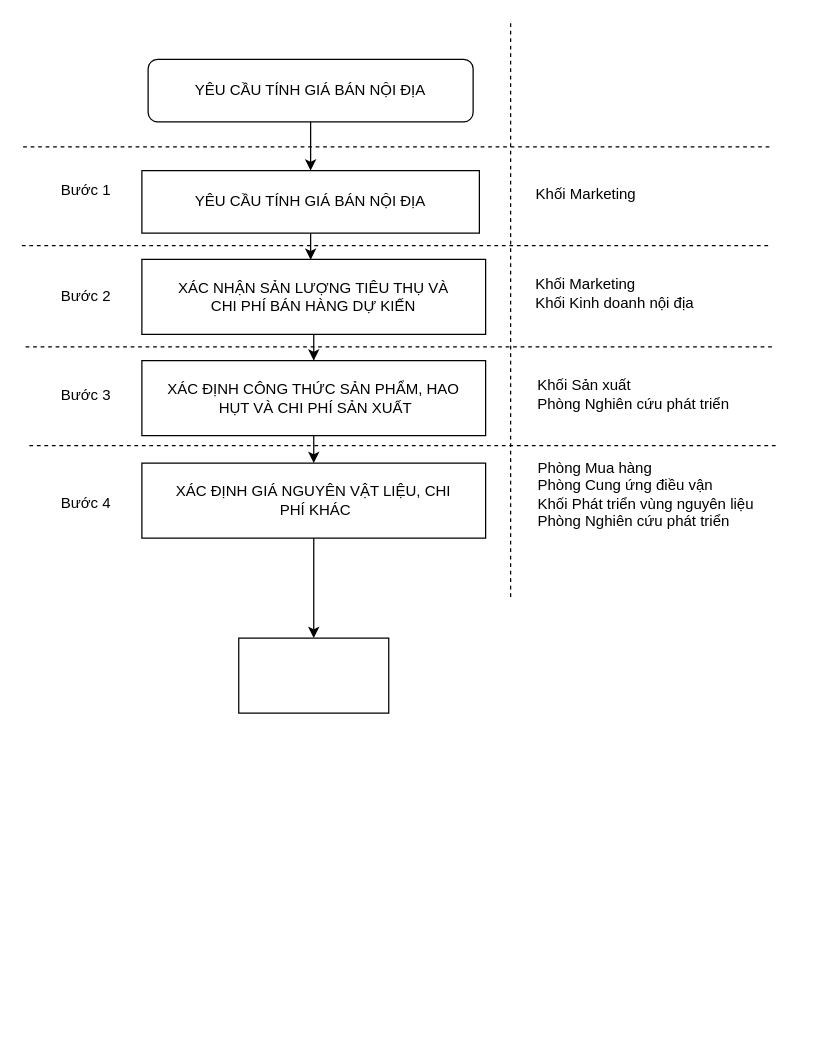
This is Untitled Diagram.drawio from letrinhbinhan/WebformTreeData, a draw.io file, before an edit. Source tidied: cells renumbered, new cells numbered last; positions are measured from the earlier drawing's top-left corner, leaving out a move shared by most shapes. Both pictures are drawn from the tidied source at 125%, with x=0, y=0 at pixel (21, 21).
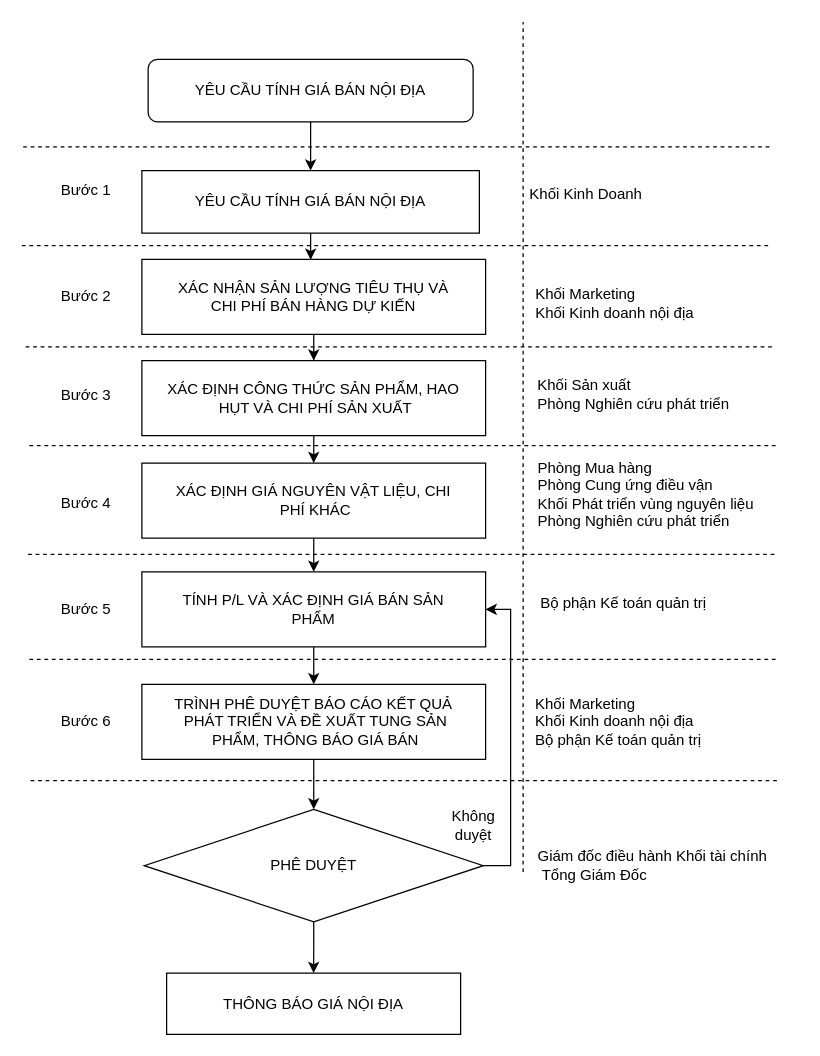
After the change.

What changed in the source:
```diff
@@
-    <mxCell id="10" value="Khối Marketing" style="text;html=1;align=center;verticalAlign=middle;strokeColor=none;fillColor=none;" parent="1" vertex="1">
-      <mxGeometry x="401" y="123" width="100" height="30" as="geometry" />
+    <mxCell id="10" value="Khối Kinh Doanh" style="text;html=1;align=center;verticalAlign=middle;strokeColor=none;fillColor=none;" parent="1" vertex="1">
+      <mxGeometry x="396" y="123" width="110" height="30" as="geometry" />
     </mxCell>
     <mxCell id="11" value="&lt;div style=&quot;text-align: left;&quot;&gt;&lt;span style=&quot;background-color: initial;&quot;&gt;Khối Marketing&amp;nbsp;&lt;/span&gt;&lt;/div&gt;Khối Kinh doanh nội địa" style="text;html=1;align=center;verticalAlign=middle;strokeColor=none;fillColor=none;" parent="1" vertex="1">
-      <mxGeometry x="399" y="197" width="150" height="40" as="geometry" />
+      <mxGeometry x="399" y="205" width="150" height="40" as="geometry" />
     </mxCell>
     <mxCell id="12" style="endArrow=none;dashed=1;html=1;rounded=0;" parent="1" edge="1">
       <mxGeometry relative="1" as="geometry">
-        <mxPoint x="391" y="460" as="sourcePoint" />
-        <mxPoint x="391" as="targetPoint" />
+        <mxPoint x="401" y="680" as="sourcePoint" />
+        <mxPoint x="401" as="targetPoint" />
       </mxGeometry>
     </mxCell>
@@
+    <mxCell id="26" style="edgeStyle=orthogonalEdgeStyle;rounded=0;jettySize=auto;html=1;" parent="1" edge="1" source="25" target="30">
+      <mxGeometry relative="1" as="geometry" />
+    </mxCell>
-    <mxCell id="25" style="whiteSpace=wrap;html=1;rounded=0;" parent="1" vertex="1">
-      <mxGeometry x="173.5" y="493" width="120" height="60" as="geometry" />
+    <mxCell id="25" value="TÍNH P/L VÀ XÁC ĐỊNH GIÁ BÁN SẢN &lt;br&gt;PHẨM" style="whiteSpace=wrap;html=1;rounded=0;" parent="1" vertex="1">
+      <mxGeometry x="96" y="440" width="275" height="60" as="geometry" />
     </mxCell>
+    <mxCell id="27" value="Bước 5" style="text;html=1;align=center;verticalAlign=middle;strokeColor=none;fillColor=none;" parent="1" vertex="1">
+      <mxGeometry x="21" y="455" width="60" height="30" as="geometry" />
+    </mxCell>
+    <mxCell id="28" value="Bộ phận Kế toán quản trị" style="text;html=1;align=center;verticalAlign=middle;strokeColor=none;fillColor=none;" parent="1" vertex="1">
+      <mxGeometry x="401" y="450" width="160" height="30" as="geometry" />
+    </mxCell>
+    <mxCell id="29" style="edgeStyle=orthogonalEdgeStyle;rounded=0;jettySize=auto;html=1;" parent="1" edge="1" source="30" target="37">
+      <mxGeometry relative="1" as="geometry" />
+    </mxCell>
+    <mxCell id="30" value="TRÌNH PHÊ DUYỆT BÁO CÁO KẾT QUẢ&lt;br&gt;&amp;nbsp;PHÁT TRIỂN VÀ ĐỀ XUẤT TUNG SẢN&lt;br&gt;&amp;nbsp;PHẨM, THÔNG BÁO GIÁ BÁN" style="whiteSpace=wrap;html=1;rounded=0;" parent="1" vertex="1">
+      <mxGeometry x="96" y="530" width="275" height="60" as="geometry" />
+    </mxCell>
+    <mxCell id="31" style="endArrow=none;dashed=1;html=1;rounded=0;" parent="1" edge="1">
+      <mxGeometry relative="1" as="geometry">
+        <mxPoint x="5" y="426" as="sourcePoint" />
+        <mxPoint x="605" y="426" as="targetPoint" />
+      </mxGeometry>
+    </mxCell>
+    <mxCell id="32" value="Bước 6" style="text;html=1;align=center;verticalAlign=middle;strokeColor=none;fillColor=none;" parent="1" vertex="1">
+      <mxGeometry x="21" y="545" width="60" height="30" as="geometry" />
+    </mxCell>
+    <mxCell id="33" value="Khối Marketing&lt;br&gt;Khối Kinh doanh nội địa&lt;br&gt;Bộ phận Kế toán quản trị" style="text;html=1;align=left;verticalAlign=middle;strokeColor=none;fillColor=none;" parent="1" vertex="1">
+      <mxGeometry x="409" y="530" width="160" height="60" as="geometry" />
+    </mxCell>
+    <mxCell id="34" style="endArrow=none;dashed=1;html=1;rounded=0;" parent="1" edge="1">
+      <mxGeometry relative="1" as="geometry">
+        <mxPoint x="6" y="510" as="sourcePoint" />
+        <mxPoint x="606" y="510" as="targetPoint" />
+      </mxGeometry>
+    </mxCell>
+    <mxCell id="35" style="edgeStyle=orthogonalEdgeStyle;rounded=0;jettySize=auto;html=1;entryX=1;entryY=0.5;entryDx=0;entryDy=0;" parent="1" edge="1" source="37" target="25">
+      <mxGeometry relative="1" as="geometry">
+        <Array as="points">
+          <mxPoint x="391" y="675" />
+          <mxPoint x="391" y="470" />
+        </Array>
+      </mxGeometry>
+    </mxCell>
+    <mxCell id="36" style="edgeStyle=orthogonalEdgeStyle;rounded=0;jettySize=auto;html=1;" parent="1" edge="1" source="37" target="41">
+      <mxGeometry relative="1" as="geometry" />
+    </mxCell>
+    <mxCell id="37" value="PHÊ DUYỆT" style="rhombus;whiteSpace=wrap;html=1;rounded=0;" parent="1" vertex="1">
+      <mxGeometry x="97.9" y="630" width="271.2" height="90" as="geometry" />
+    </mxCell>
+    <mxCell id="38" style="endArrow=none;dashed=1;html=1;rounded=0;" parent="1" edge="1">
+      <mxGeometry relative="1" as="geometry">
+        <mxPoint x="7" y="607" as="sourcePoint" />
+        <mxPoint x="607" y="607" as="targetPoint" />
+      </mxGeometry>
+    </mxCell>
+    <mxCell id="39" value="Không&lt;br&gt;duyệt" style="text;html=1;align=center;verticalAlign=middle;strokeColor=none;fillColor=none;" parent="1" vertex="1">
+      <mxGeometry x="331" y="623" width="60" height="40" as="geometry" />
+    </mxCell>
+    <mxCell id="40" value="Giám đốc điều hành Khối tài chính&lt;br&gt;&amp;nbsp;Tổng Giám Đốc&amp;nbsp;" style="text;html=1;align=left;verticalAlign=middle;strokeColor=none;fillColor=none;" parent="1" vertex="1">
+      <mxGeometry x="411" y="655" width="210" height="40" as="geometry" />
+    </mxCell>
+    <mxCell id="41" value="THÔNG BÁO GIÁ NỘI ĐỊA" style="whiteSpace=wrap;html=1;rounded=0;" parent="1" vertex="1">
+      <mxGeometry x="115.8" y="761" width="235.2" height="49" as="geometry" />
+    </mxCell>
```
